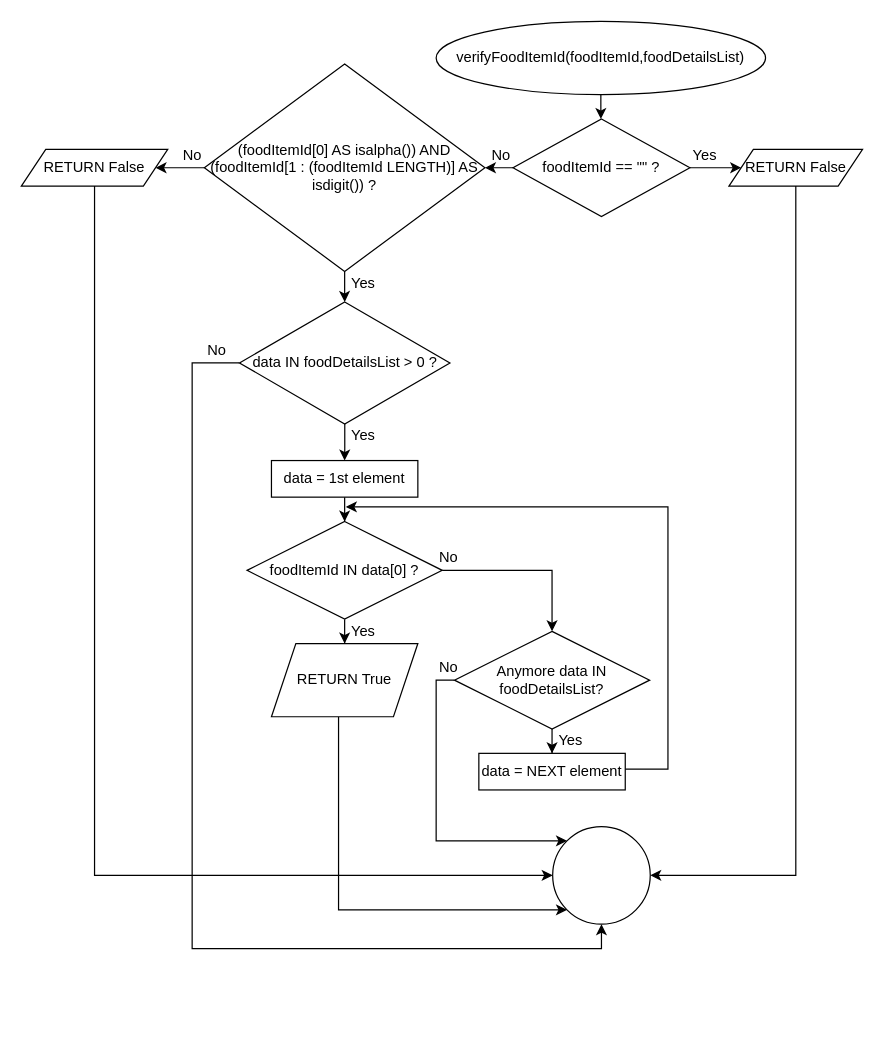
Earlier version of the draw.io diagram page "verifyFoodItemId" (23 of 41) of Documentation/All_Flowcharts.drawio (0xYudhishthra/python-assignment). Source tidied: cells renumbered, new cells numbered last; positions are measured from the earlier drawing's top-left corner, leaving out a move shared by most shapes. Both pictures are drawn from the tidied source at 122%, with x=0, y=0 at pixel (21, 21).
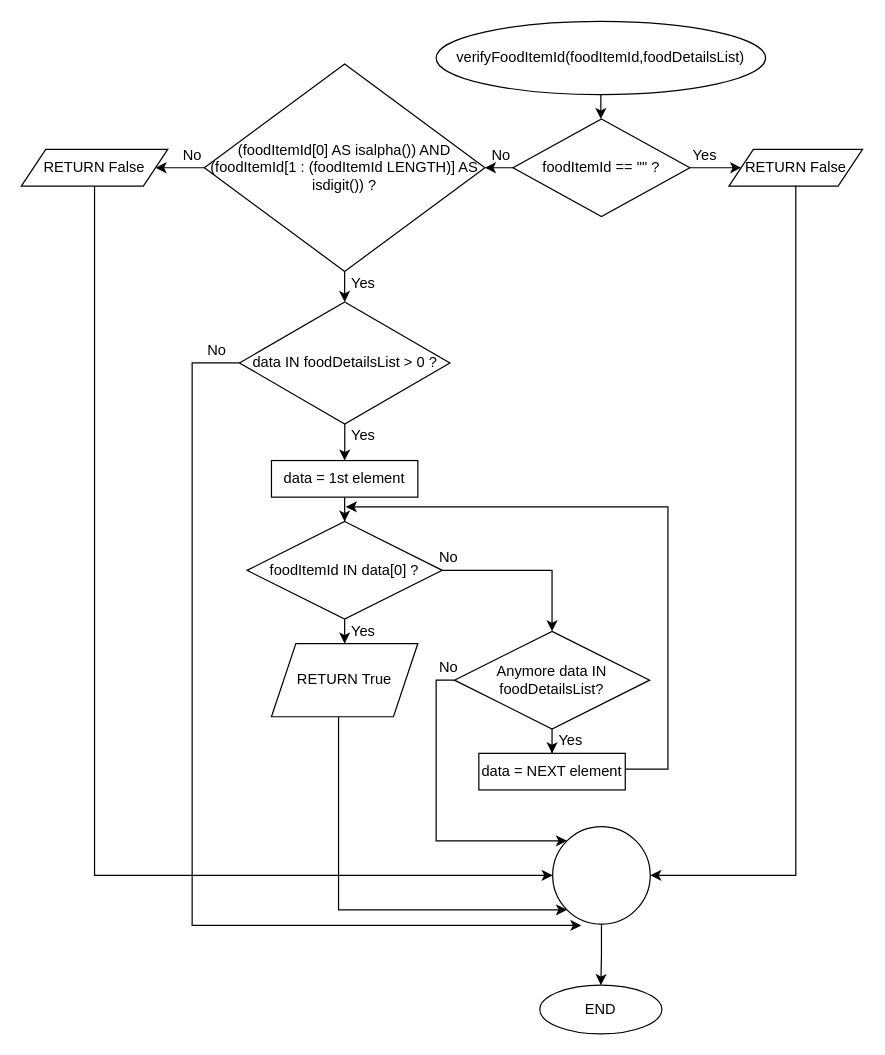
The same diagram, later.

The change refers to these unchanged cells:
```xml
<mxCell id="16" value="data IN foodDetailsList &amp;gt; 0 ?" style="rhombus;whiteSpace=wrap;html=1;" parent="1" vertex="1">
  <mxGeometry x="178.8" y="230" width="172.5" height="100" as="geometry" />
</mxCell>
<mxCell id="33" style="ellipse;whiteSpace=wrap;html=1;" parent="1" vertex="1">
  <mxGeometry x="435.5" y="660" width="80" height="80" as="geometry" />
</mxCell>
```

Change to the diagram source:
```diff
@@
-    <mxCell id="15" style="edgeStyle=orthogonalEdgeStyle;rounded=0;jettySize=auto;html=1;entryX=0.5;entryY=1;entryDx=0;entryDy=0;" parent="1" edge="1" source="16" target="33">
+    <mxCell id="15" style="edgeStyle=orthogonalEdgeStyle;rounded=0;jettySize=auto;html=1;entryX=0.294;entryY=1.013;entryDx=0;entryDy=0;entryPerimeter=0;" parent="1" edge="1" source="16" target="33">
       <mxGeometry relative="1" as="geometry">
         <Array as="points">
           <mxPoint x="140" y="280" />
-          <mxPoint x="140" y="760" />
-          <mxPoint x="476" y="760" />
+          <mxPoint x="140" y="741" />
         </Array>
       </mxGeometry>
     </mxCell>
@@
+    <mxCell id="40" style="edgeStyle=orthogonalEdgeStyle;rounded=0;jettySize=auto;html=1;" parent="1" edge="1" source="33" target="41">
+      <mxGeometry relative="1" as="geometry" />
+    </mxCell>
@@
+    <mxCell id="41" value="END" style="ellipse;whiteSpace=wrap;html=1;" parent="1" vertex="1">
+      <mxGeometry x="425" y="790" width="100" height="40" as="geometry" />
+    </mxCell>
```
